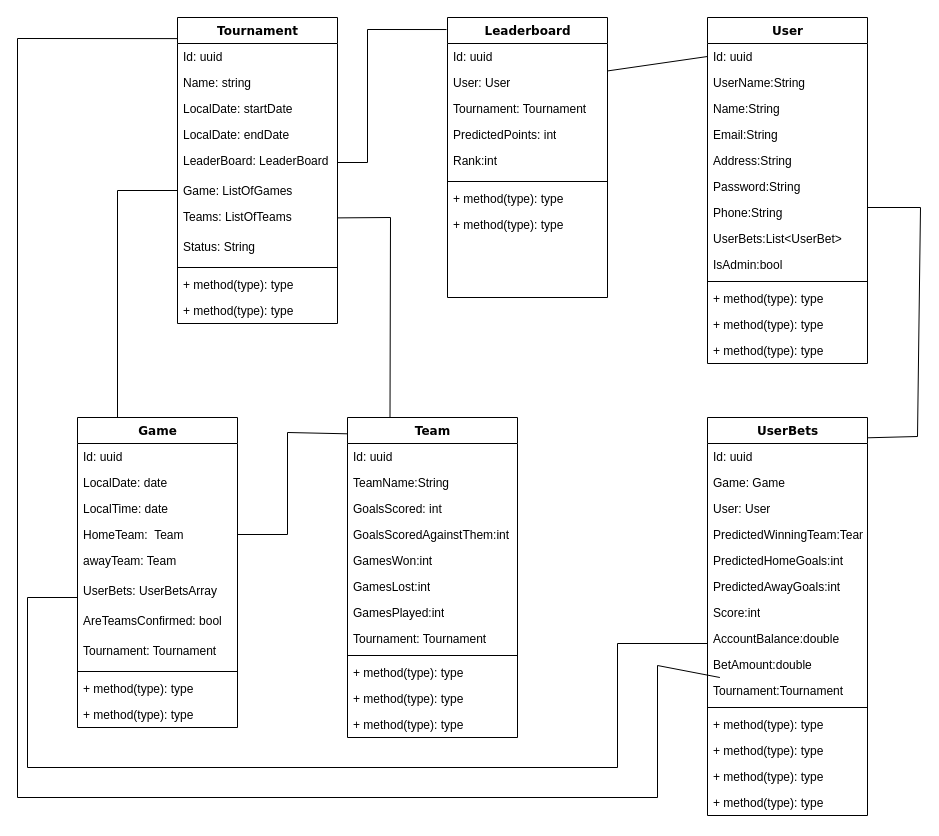
Above: BetAppClasses.drawio in TLiiv/Programmeerimine_I (draw.io), before the change. Source tidied: cells renumbered, new cells numbered last; positions are measured from the earlier drawing's top-left corner, leaving out a move shared by most shapes. Both pictures are drawn from the tidied source at 100%, with x=0, y=0 at pixel (17, 17).
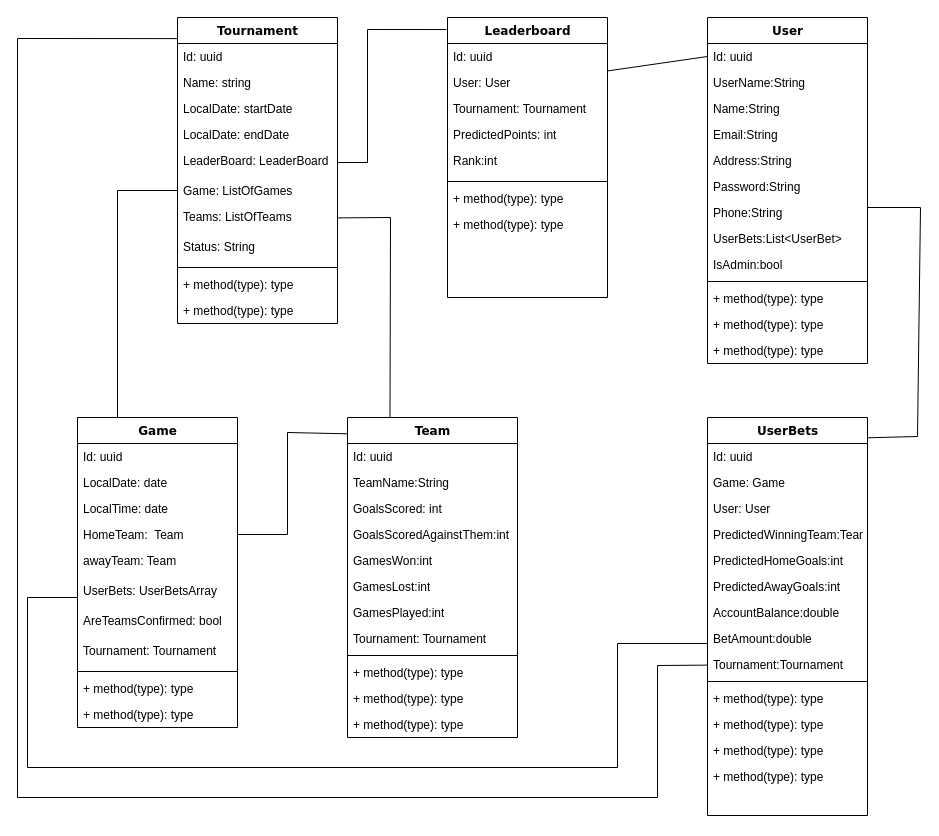
The same page after the edit.

Unchanged cells that the change refers to:
```xml
<mxCell id="41" value="UserBets" style="swimlane;html=1;fontStyle=1;align=center;verticalAlign=top;horizontal=1;startSize=26;swimlaneFillColor=#ffffff;rounded=0;shadow=0;comic=0;labelBackgroundColor=none;strokeWidth=1;fillColor=none;fontFamily=Verdana;fontSize=12;" parent="1" vertex="1">
  <mxGeometry x="690" y="400" width="160" height="398" as="geometry" />
</mxCell>
```

Change to the diagram source:
```diff
@@
-    <mxCell id="48" value="Score:int" style="text;html=1;strokeColor=none;fillColor=none;align=left;verticalAlign=top;spacingLeft=4;spacingRight=4;whiteSpace=wrap;overflow=hidden;" parent="41" vertex="1">
-      <mxGeometry y="182" width="160" height="26" as="geometry" />
-    </mxCell>
     <mxCell id="49" value="AccountBalance:double" style="text;html=1;strokeColor=none;fillColor=none;align=left;verticalAlign=top;spacingLeft=4;spacingRight=4;whiteSpace=wrap;overflow=hidden;" parent="41" vertex="1">
-      <mxGeometry y="208" width="160" height="26" as="geometry" />
+      <mxGeometry y="182" width="160" height="26" as="geometry" />
     </mxCell>
     <mxCell id="50" value="BetAmount:double" style="text;html=1;strokeColor=none;fillColor=none;align=left;verticalAlign=top;spacingLeft=4;spacingRight=4;whiteSpace=wrap;overflow=hidden;" parent="41" vertex="1">
-      <mxGeometry y="234" width="160" height="26" as="geometry" />
+      <mxGeometry y="208" width="160" height="26" as="geometry" />
     </mxCell>
     <mxCell id="51" value="Tournament:Tournament" style="text;html=1;strokeColor=none;fillColor=none;align=left;verticalAlign=top;spacingLeft=4;spacingRight=4;whiteSpace=wrap;overflow=hidden;points=[[0,0.5],[1,0.5]];portConstraint=eastwest;" parent="41" vertex="1">
-      <mxGeometry y="260" width="160" height="26" as="geometry" />
+      <mxGeometry y="234" width="160" height="26" as="geometry" />
     </mxCell>
     <mxCell id="52" style="line;html=1;strokeWidth=1;fillColor=none;align=left;verticalAlign=middle;spacingTop=-1;spacingLeft=3;spacingRight=3;labelPosition=right;" parent="41" vertex="1">
-      <mxGeometry y="286" width="160" height="8" as="geometry" />
+      <mxGeometry y="260" width="160" height="8" as="geometry" />
     </mxCell>
     <mxCell id="53" value="+ method(type): type" style="text;html=1;strokeColor=none;fillColor=none;align=left;verticalAlign=top;spacingLeft=4;spacingRight=4;whiteSpace=wrap;overflow=hidden;" parent="41" vertex="1">
-      <mxGeometry y="294" width="160" height="26" as="geometry" />
+      <mxGeometry y="268" width="160" height="26" as="geometry" />
     </mxCell>
     <mxCell id="54" value="+ method(type): type" style="text;html=1;strokeColor=none;fillColor=none;align=left;verticalAlign=top;spacingLeft=4;spacingRight=4;whiteSpace=wrap;overflow=hidden;" parent="41" vertex="1">
-      <mxGeometry y="320" width="160" height="26" as="geometry" />
+      <mxGeometry y="294" width="160" height="26" as="geometry" />
     </mxCell>
     <mxCell id="55" value="+ method(type): type" style="text;html=1;strokeColor=none;fillColor=none;align=left;verticalAlign=top;spacingLeft=4;spacingRight=4;whiteSpace=wrap;overflow=hidden;" parent="41" vertex="1">
-      <mxGeometry y="346" width="160" height="26" as="geometry" />
+      <mxGeometry y="320" width="160" height="26" as="geometry" />
     </mxCell>
     <mxCell id="56" value="+ method(type): type" style="text;html=1;strokeColor=none;fillColor=none;align=left;verticalAlign=top;spacingLeft=4;spacingRight=4;whiteSpace=wrap;overflow=hidden;" parent="41" vertex="1">
-      <mxGeometry y="372" width="160" height="26" as="geometry" />
+      <mxGeometry y="346" width="160" height="26" as="geometry" />
     </mxCell>
```
